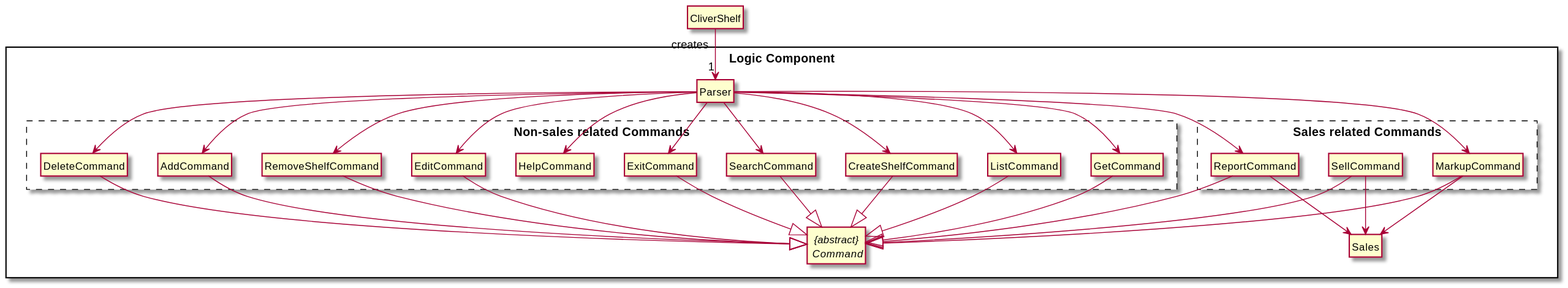
Above: docs/diagrams/Logic_ClassDiagram.svg in zh1huang/tp (PlantUML), before the change. Its diagram source:
```plantuml
@startuml
hide circle
skinparam classAttributeIconSize 0
hide empty members

class CliverShelf

package "Logic Component" <<Rectangle>> {
    package "Non-sales related Commands" <<Rectangle>> #line.dashed{
        class CreateShelfCommand
        class RemoveShelfCommand
        class AddCommand
        class DeleteCommand
        class EditCommand
        class GetCommand
        class ListCommand
        class SearchCommand
        class ExitCommand
        class HelpCommand
    }
    class Parser

    package "Sales related Commands" <<Rectangle>> #line.dashed{
        class SellCommand
        class ReportCommand
        class MarkupCommand
    }

    class Sales

    abstract class "{abstract}\n Command" as command

}

CliverShelf "creates"--> "1" Parser

Parser --> CreateShelfCommand
Parser --> RemoveShelfCommand
Parser --> AddCommand
Parser --> DeleteCommand
Parser --> EditCommand
Parser --> GetCommand
Parser --> ListCommand
Parser --> SearchCommand
Parser --> ExitCommand
Parser --> ReportCommand
Parser --> MarkupCommand
Parser --> HelpCommand

CreateShelfCommand --|> command
RemoveShelfCommand --|> command
AddCommand --|> command
DeleteCommand --|> command
EditCommand --|> command
GetCommand --|> command
ListCommand --|> command
SearchCommand --|> command
ExitCommand --|> command
SellCommand --|> command
SellCommand --> Sales
ReportCommand --|> command
ReportCommand --> Sales
MarkupCommand --|> command
MarkupCommand --> Sales
@enduml
```
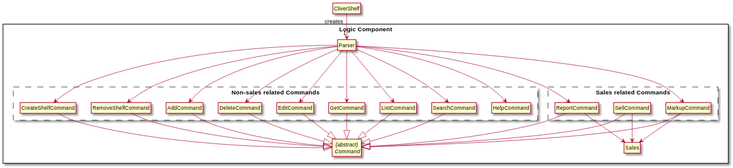
Later version of the same file.

Change to the diagram source:
```diff
@@ -15,7 +15,6 @@
         class GetCommand
         class ListCommand
         class SearchCommand
-        class ExitCommand
         class HelpCommand
     }
     class Parser
@@ -27,7 +26,6 @@
     }
 
     class Sales
-
     abstract class "{abstract}\n Command" as command
 
 }
@@ -35,17 +33,19 @@
 CliverShelf "creates"--> "1" Parser
 
 Parser --> CreateShelfCommand
-Parser --> RemoveShelfCommand
-Parser --> AddCommand
-Parser --> DeleteCommand
-Parser --> EditCommand
-Parser --> GetCommand
-Parser --> ListCommand
-Parser --> SearchCommand
-Parser --> ExitCommand
-Parser --> ReportCommand
-Parser --> MarkupCommand
-Parser --> HelpCommand
+Parser ---> RemoveShelfCommand
+Parser ---> AddCommand
+Parser ---> DeleteCommand
+Parser ---> EditCommand
+Parser ---> GetCommand
+Parser ---> ListCommand
+Parser ---> SearchCommand
+
+Parser ---> ReportCommand
+Parser ---> MarkupCommand
+Parser ---> HelpCommand
+
+
 
 CreateShelfCommand --|> command
 RemoveShelfCommand --|> command
@@ -55,7 +55,7 @@
 GetCommand --|> command
 ListCommand --|> command
 SearchCommand --|> command
-ExitCommand --|> command
+
 SellCommand --|> command
 SellCommand --> Sales
 ReportCommand --|> command
```
